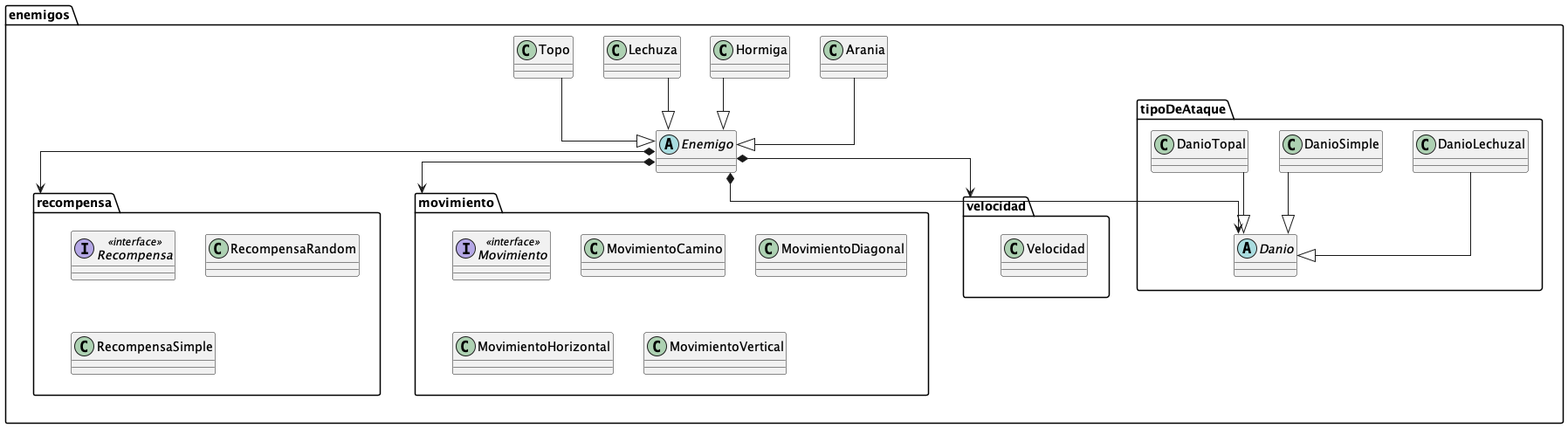
Earlier version of the PlantUML export diagrams/packages/enemigosPackage.png (franzimbi/algo3_tp2). Source of this version:
```plantuml
@startuml

top to bottom direction
skinparam linetype ortho

package "enemigos"{
package "movimiento"{
    interface Movimiento << interface >>
    class MovimientoCamino
    class MovimientoDiagonal
    class MovimientoHorizontal
    class MovimientoVertical
}

package "recompensa"{
    interface Recompensa << interface >>
    class RecompensaRandom
    class RecompensaSimple
}

package "tipoDeAtaque"{
    abstract Danio
    class DanioLechuzal
    class DanioSimple
    class DanioTopal
}

package "velocidad"{
    class Velocidad
    }
class Arania
abstract Enemigo
class Hormiga
class Lechuza
class Topo
}

Arania --|>  Enemigo
DanioLechuzal --|>  Danio
DanioSimple --|>  Danio
DanioTopal --|>  Danio
Enemigo *--> Danio
Enemigo *--> "movimiento"
Enemigo *--> "recompensa"
Enemigo *--> "velocidad"
Hormiga --|>  Enemigo
Lechuza --|>  Enemigo
Topo --|>  Enemigo
@enduml
```
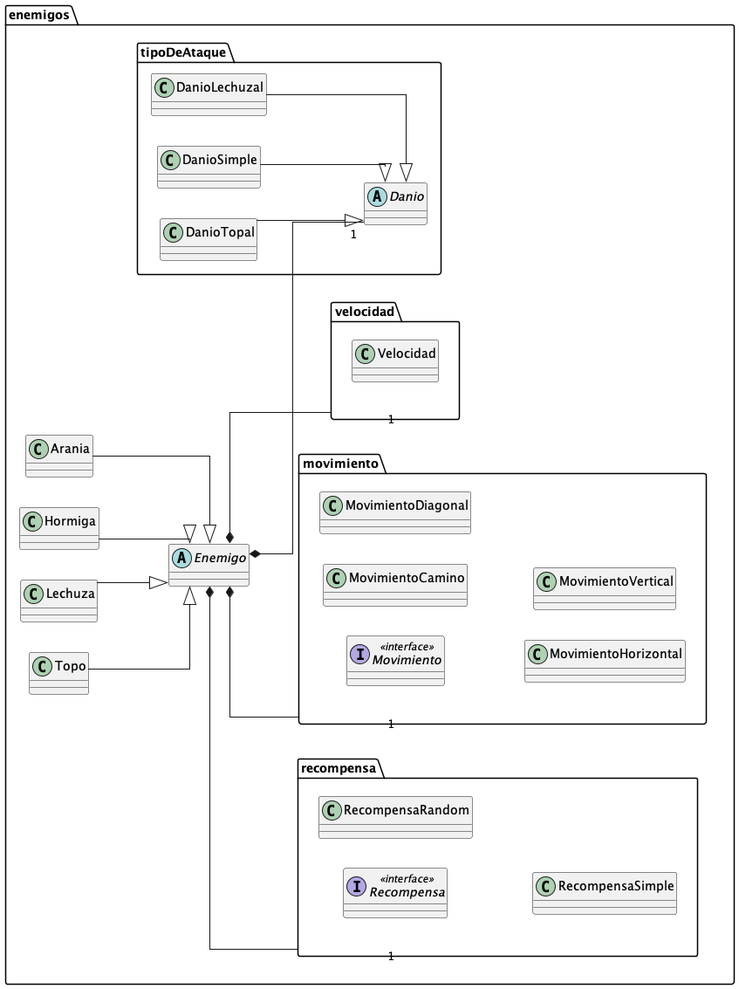
Above is the later version.

Change to the diagram source:
```diff
@@ -1,6 +1,6 @@
 @startuml
 
-top to bottom direction
+left to right direction
 skinparam linetype ortho
 
 package "enemigos"{
@@ -39,10 +39,10 @@
 DanioLechuzal --|>  Danio
 DanioSimple --|>  Danio
 DanioTopal --|>  Danio
-Enemigo *--> Danio
-Enemigo *--> "movimiento"
-Enemigo *--> "recompensa"
-Enemigo *--> "velocidad"
+Enemigo *-- "1" Danio
+Enemigo *-- "1" "movimiento"
+Enemigo *-- "1" "recompensa"
+Enemigo *-- "1" "velocidad"
 Hormiga --|>  Enemigo
 Lechuza --|>  Enemigo
 Topo --|>  Enemigo
```
